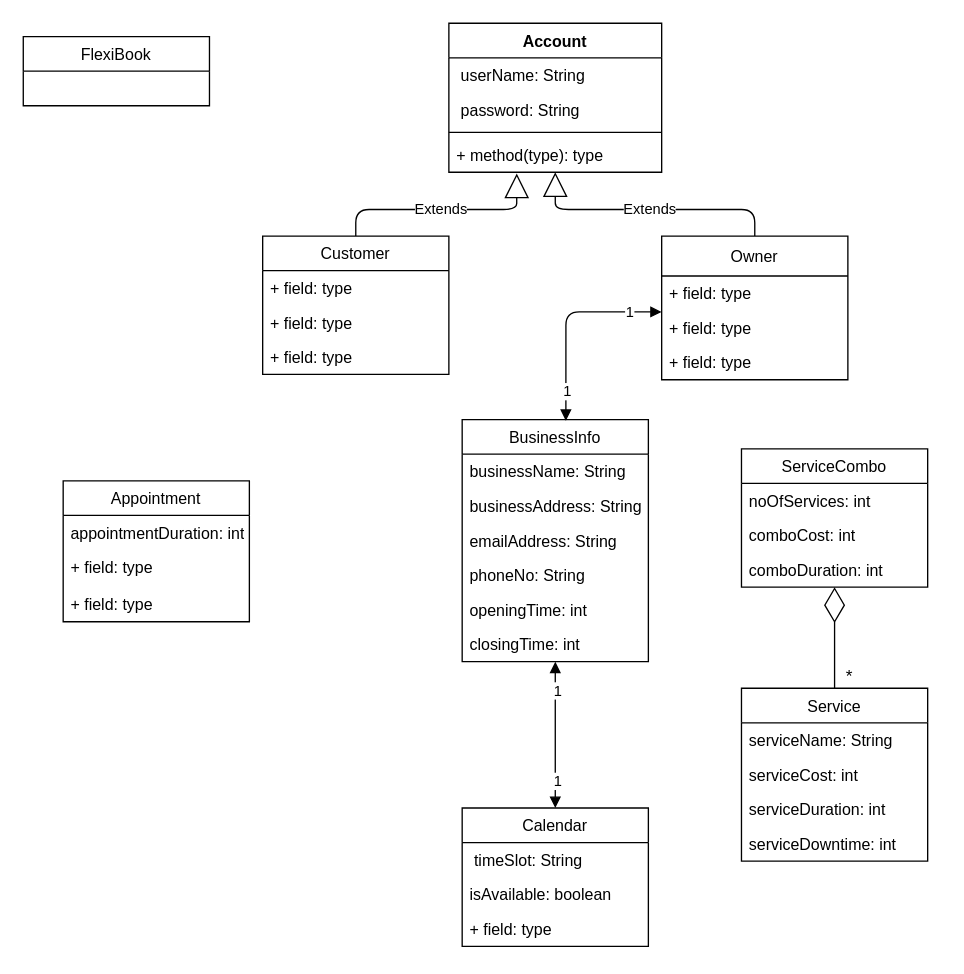
Above: FlexiBook.drawio in chivatam/FlexiBook (draw.io), before the change. Source tidied: cells renumbered, new cells numbered last; positions are measured from the earlier drawing's top-left corner, leaving out a move shared by most shapes. Both pictures are drawn from the tidied source at 133%, with x=0, y=0 at pixel (23, 23).
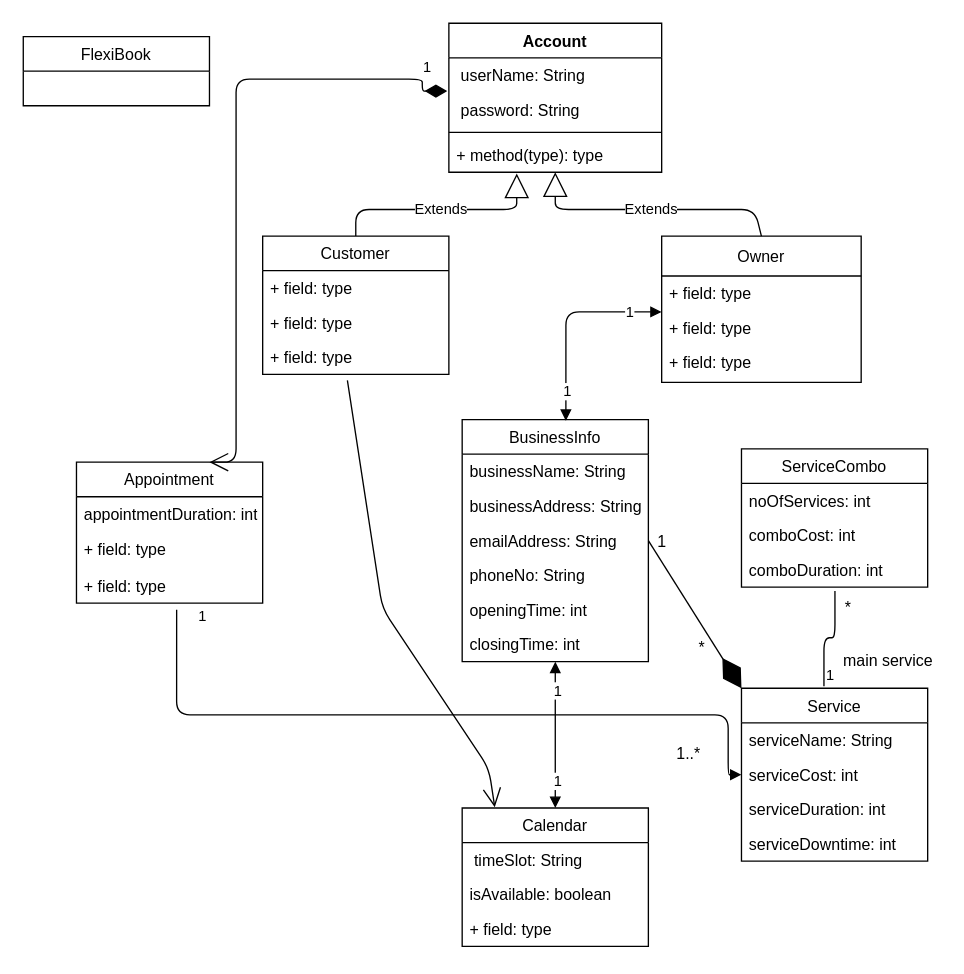
The same diagram, later.

Unchanged cells that the change refers to:
```xml
<mxCell id="6" value="+ field: type" style="text;strokeColor=none;fillColor=none;align=left;verticalAlign=top;spacingLeft=4;spacingRight=4;overflow=hidden;points=[[0,0.5],[1,0.5]];portConstraint=eastwest;" parent="3" vertex="1">
  <mxGeometry y="78" width="140" height="26" as="geometry" />
</mxCell>
<mxCell id="11" value="Account&#10;" style="swimlane;fontStyle=1;align=center;verticalAlign=top;horizontal=1;startSize=26;" parent="1" vertex="1">
  <mxGeometry x="320" width="160" height="112" as="geometry" />
</mxCell>
<mxCell id="13" value=" password: String" style="text;strokeColor=none;fillColor=none;align=left;verticalAlign=top;spacingLeft=4;spacingRight=4;overflow=hidden;points=[[0,0.5],[1,0.5]];portConstraint=eastwest;" parent="11" vertex="1">
  <mxGeometry y="52" width="160" height="26" as="geometry" />
</mxCell>
<mxCell id="21" value="emailAddress: String&#10;" style="text;strokeColor=none;fillColor=none;align=left;verticalAlign=top;spacingLeft=4;spacingRight=4;overflow=hidden;points=[[0,0.5],[1,0.5]];portConstraint=eastwest;" parent="18" vertex="1">
  <mxGeometry y="78" width="140" height="26" as="geometry" />
</mxCell>
<mxCell id="29" value="Service" style="swimlane;fontStyle=0;horizontal=1;startSize=26;fillColor=none;" parent="1" vertex="1">
  <mxGeometry x="540" y="500" width="140" height="130" as="geometry" />
</mxCell>
<mxCell id="31" value="serviceCost: int" style="text;strokeColor=none;fillColor=none;align=left;verticalAlign=top;spacingLeft=4;spacingRight=4;overflow=hidden;points=[[0,0.5],[1,0.5]];portConstraint=eastwest;" parent="29" vertex="1">
  <mxGeometry y="52" width="140" height="26" as="geometry" />
</mxCell>
<mxCell id="34" value="ServiceCombo" style="swimlane;fontStyle=0;horizontal=1;startSize=26;fillColor=none;" parent="1" vertex="1">
  <mxGeometry x="540" y="320" width="140" height="104" as="geometry" />
</mxCell>
<mxCell id="37" value="comboDuration: int" style="text;strokeColor=none;fillColor=none;align=left;verticalAlign=top;spacingLeft=4;spacingRight=4;overflow=hidden;points=[[0,0.5],[1,0.5]];portConstraint=eastwest;" parent="34" vertex="1">
  <mxGeometry y="78" width="140" height="26" as="geometry" />
</mxCell>
<mxCell id="46" value="Calendar" style="swimlane;fontStyle=0;horizontal=1;startSize=26;fillColor=none;" parent="1" vertex="1">
  <mxGeometry x="330" y="590" width="140" height="104" as="geometry" />
</mxCell>
```

Change to the diagram source:
```diff
@@
     <mxCell id="7" value="Owner" style="swimlane;fontStyle=0;horizontal=1;startSize=30;fillColor=none;" parent="1" vertex="1">
-      <mxGeometry x="480" y="160" width="140" height="108" as="geometry" />
+      <mxGeometry x="480" y="160" width="150" height="110" as="geometry" />
     </mxCell>
     <mxCell id="8" value="+ field: type" style="text;strokeColor=none;fillColor=none;align=left;verticalAlign=top;spacingLeft=4;spacingRight=4;overflow=hidden;" parent="7" vertex="1">
-      <mxGeometry y="30" width="140" height="26" as="geometry" />
+      <mxGeometry y="30" width="150" height="26" as="geometry" />
     </mxCell>
     <mxCell id="9" value="+ field: type" style="text;strokeColor=none;fillColor=none;align=left;verticalAlign=top;spacingLeft=4;spacingRight=4;overflow=hidden;" parent="7" vertex="1">
-      <mxGeometry y="56" width="140" height="26" as="geometry" />
+      <mxGeometry y="56" width="150" height="26" as="geometry" />
     </mxCell>
     <mxCell id="10" value="+ field: type" style="text;strokeColor=none;fillColor=none;align=left;verticalAlign=top;spacingLeft=4;spacingRight=4;overflow=hidden;" parent="7" vertex="1">
-      <mxGeometry y="82" width="140" height="26" as="geometry" />
+      <mxGeometry y="82" width="150" height="28" as="geometry" />
     </mxCell>
@@
+    <mxCell id="50" value="1" style="endArrow=open;html=1;endSize=12;startArrow=diamondThin;startSize=14;startFill=1;edgeStyle=orthogonalEdgeStyle;align=left;verticalAlign=bottom;exitX=-0.008;exitY=-0.038;exitDx=0;exitDy=0;exitPerimeter=0;" parent="11" edge="1" source="13">
+      <mxGeometry x="-0.88" relative="1" as="geometry">
+        <mxPoint x="-180" y="330" as="targetPoint" />
+        <Array as="points">
+          <mxPoint x="-20" y="51" />
+          <mxPoint x="-20" y="42" />
+          <mxPoint x="-160" y="42" />
+          <mxPoint x="-160" y="330" />
+        </Array>
+      </mxGeometry>
+    </mxCell>
@@
-    <mxCell id="25" value="Appointment" style="swimlane;fontStyle=0;horizontal=1;startSize=26;fillColor=none;" parent="1" vertex="1">
-      <mxGeometry x="30" y="344" width="140" height="106" as="geometry" />
-    </mxCell>
-    <mxCell id="26" value="appointmentDuration: int" style="text;strokeColor=none;fillColor=none;align=left;verticalAlign=top;spacingLeft=4;spacingRight=4;overflow=hidden;" parent="25" vertex="1">
-      <mxGeometry y="26" width="140" height="26" as="geometry" />
-    </mxCell>
-    <mxCell id="27" value="+ field: type" style="text;strokeColor=none;fillColor=none;align=left;verticalAlign=top;spacingLeft=4;spacingRight=4;overflow=hidden;" parent="25" vertex="1">
-      <mxGeometry y="52" width="140" height="28" as="geometry" />
-    </mxCell>
-    <mxCell id="28" value="+ field: type" style="text;strokeColor=none;fillColor=none;align=left;verticalAlign=top;spacingLeft=4;spacingRight=4;overflow=hidden;points=[[0,0.5],[1,0.5]];portConstraint=eastwest;" parent="25" vertex="1">
-      <mxGeometry y="80" width="140" height="26" as="geometry" />
-    </mxCell>
@@
-    <mxCell id="41" style="endArrow=diamondThin;endFill=0;endSize=24;html=1;exitX=0.5;exitY=0;exitDx=0;exitDy=0;" parent="1" edge="1" source="29" target="34">
-      <mxGeometry relative="1" as="geometry" />
-    </mxCell>
-    <mxCell id="42" value="&lt;font style=&quot;font-size: 13px&quot;&gt;*&lt;/font&gt;" style="edgeLabel;html=1;align=center;verticalAlign=middle;" parent="41" vertex="1">
-      <mxGeometry x="-0.74" y="-1" relative="1" as="geometry">
-        <mxPoint x="9" as="offset" />
-      </mxGeometry>
-    </mxCell>
@@
+    <mxCell id="25" value="Appointment" style="swimlane;fontStyle=0;horizontal=1;startSize=26;fillColor=none;" parent="1" vertex="1">
+      <mxGeometry x="40" y="330" width="140" height="106" as="geometry" />
+    </mxCell>
+    <mxCell id="26" value="appointmentDuration: int" style="text;strokeColor=none;fillColor=none;align=left;verticalAlign=top;spacingLeft=4;spacingRight=4;overflow=hidden;" parent="25" vertex="1">
+      <mxGeometry y="26" width="140" height="26" as="geometry" />
+    </mxCell>
+    <mxCell id="27" value="+ field: type" style="text;strokeColor=none;fillColor=none;align=left;verticalAlign=top;spacingLeft=4;spacingRight=4;overflow=hidden;" parent="25" vertex="1">
+      <mxGeometry y="52" width="140" height="28" as="geometry" />
+    </mxCell>
+    <mxCell id="28" value="+ field: type" style="text;strokeColor=none;fillColor=none;align=left;verticalAlign=top;spacingLeft=4;spacingRight=4;overflow=hidden;points=[[0,0.5],[1,0.5]];portConstraint=eastwest;" parent="25" vertex="1">
+      <mxGeometry y="80" width="140" height="26" as="geometry" />
+    </mxCell>
+    <mxCell id="51" style="endArrow=open;endFill=1;endSize=12;html=1;exitX=0.455;exitY=1.173;exitDx=0;exitDy=0;exitPerimeter=0;entryX=0.175;entryY=-0.006;entryDx=0;entryDy=0;entryPerimeter=0;" parent="1" edge="1" source="6" target="46">
+      <mxGeometry relative="1" as="geometry">
+        <Array as="points">
+          <mxPoint x="270" y="440" />
+          <mxPoint x="350" y="560" />
+        </Array>
+      </mxGeometry>
+    </mxCell>
+    <mxCell id="52" style="endArrow=block;endFill=1;html=1;edgeStyle=orthogonalEdgeStyle;align=left;verticalAlign=top;exitX=0.538;exitY=1.192;exitDx=0;exitDy=0;exitPerimeter=0;entryX=0;entryY=0.5;entryDx=0;entryDy=0;" parent="1" edge="1" source="28" target="31">
+      <mxGeometry x="-1" relative="1" as="geometry">
+        <Array as="points">
+          <mxPoint x="115" y="520" />
+          <mxPoint x="530" y="520" />
+          <mxPoint x="530" y="565" />
+        </Array>
+      </mxGeometry>
+    </mxCell>
+    <mxCell id="53" value="1" style="edgeLabel;html=1;align=left;verticalAlign=bottom;" parent="52" vertex="1">
+      <mxGeometry x="-1" relative="1" as="geometry">
+        <mxPoint x="14.7" y="13" as="offset" />
+      </mxGeometry>
+    </mxCell>
+    <mxCell id="54" value="1..*" style="text;html=1;align=center;verticalAlign=middle;" parent="1" vertex="1">
+      <mxGeometry x="485" y="540" width="30" height="20" as="geometry" />
+    </mxCell>
+    <mxCell id="55" style="endArrow=none;html=1;edgeStyle=orthogonalEdgeStyle;exitX=0.443;exitY=-0.012;exitDx=0;exitDy=0;exitPerimeter=0;entryX=0.502;entryY=1.109;entryDx=0;entryDy=0;entryPerimeter=0;" parent="1" edge="1" source="29" target="37">
+      <mxGeometry relative="1" as="geometry">
+        <Array as="points">
+          <mxPoint x="602" y="462" />
+          <mxPoint x="610" y="462" />
+        </Array>
+      </mxGeometry>
+    </mxCell>
+    <mxCell id="56" value="1" style="edgeLabel;html=1;align=left;verticalAlign=bottom;" parent="55" vertex="1">
+      <mxGeometry x="-1" relative="1" as="geometry" />
+    </mxCell>
+    <mxCell id="57" value="*" style="text;html=1;align=center;verticalAlign=middle;" parent="1" vertex="1">
+      <mxGeometry x="610" y="430" width="20" height="20" as="geometry" />
+    </mxCell>
+    <mxCell id="58" style="endArrow=diamondThin;endFill=1;endSize=24;html=1;exitX=1;exitY=0.5;exitDx=0;exitDy=0;entryX=0;entryY=0;entryDx=0;entryDy=0;" parent="1" edge="1" source="21" target="29">
+      <mxGeometry relative="1" as="geometry" />
+    </mxCell>
+    <mxCell id="59" value="1" style="text;html=1;align=center;verticalAlign=middle;" parent="1" vertex="1">
+      <mxGeometry x="470" y="380" width="20" height="20" as="geometry" />
+    </mxCell>
+    <mxCell id="60" value="*" style="text;html=1;align=center;verticalAlign=middle;" parent="1" vertex="1">
+      <mxGeometry x="500" y="460" width="20" height="20" as="geometry" />
+    </mxCell>
+    <mxCell id="61" value="main service" style="text;html=1;align=center;verticalAlign=middle;" parent="1" vertex="1">
+      <mxGeometry x="610" y="470" width="80" height="20" as="geometry" />
+    </mxCell>
```
